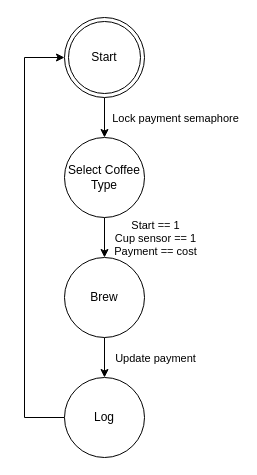
Earlier version of the draw.io diagram page "Coffee FSM" (3 of 3) of taskdiagram.drawio (Megalegomand/RB4-EMP-Final-Assigment). Source tidied: cells renumbered, new cells numbered last; positions are measured from the earlier drawing's top-left corner, leaving out a move shared by most shapes. Both pictures are drawn from the tidied source at 100%, with x=0, y=0 at pixel (24, 17).
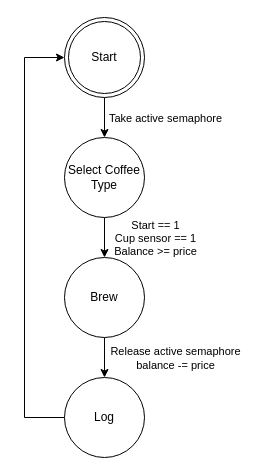
Above is the later version.

Diff of the diagram source:
```diff
@@
 <mxGraphModel>
   <root>
     <mxCell id="0" />
     <mxCell id="1" parent="0" />
     <mxCell id="2" style="edgeStyle=orthogonalEdgeStyle;rounded=0;jettySize=auto;html=1;startArrow=none;startFill=0;" parent="1" edge="1" source="4" target="6">
       <mxGeometry relative="1" as="geometry" />
     </mxCell>
-    <mxCell id="3" value="Lock payment semaphore" style="edgeLabel;html=1;align=center;verticalAlign=middle;" parent="2" vertex="1">
+    <mxCell id="3" value="Take active semaphore" style="edgeLabel;html=1;align=center;verticalAlign=middle;" parent="2" vertex="1">
       <mxGeometry x="0.25" y="1" relative="1" as="geometry">
-        <mxPoint x="69" y="-5" as="offset" />
+        <mxPoint x="59" y="-5" as="offset" />
       </mxGeometry>
     </mxCell>
     <mxCell id="4" value="Start" style="ellipse;shape=doubleEllipse;whiteSpace=wrap;html=1;align=center;" parent="1" vertex="1">
       <mxGeometry x="40" width="80" height="80" as="geometry" />
     </mxCell>
     <mxCell id="5" style="edgeStyle=orthogonalEdgeStyle;rounded=0;jettySize=auto;html=1;entryX=0.5;entryY=0;entryDx=0;entryDy=0;startArrow=none;startFill=0;" parent="1" edge="1" source="6" target="10">
       <mxGeometry relative="1" as="geometry" />
     </mxCell>
     <mxCell id="6" value="Select Coffee Type" style="ellipse;whiteSpace=wrap;html=1;align=center;" parent="1" vertex="1">
       <mxGeometry x="40" y="120" width="80" height="80" as="geometry" />
     </mxCell>
-    <mxCell id="7" value="Start == 1&lt;br&gt;Cup sensor == 1&lt;br&gt;Payment == cost" style="edgeLabel;html=1;align=center;verticalAlign=middle;" parent="1" vertex="1">
+    <mxCell id="7" value="Start == 1&lt;br&gt;Cup sensor == 1&lt;br&gt;Balance &amp;gt;= price" style="edgeLabel;html=1;align=center;verticalAlign=middle;" parent="1" vertex="1">
       <mxGeometry x="130" y="220" as="geometry" />
     </mxCell>
     <mxCell id="8" style="edgeStyle=orthogonalEdgeStyle;rounded=0;jettySize=auto;html=1;entryX=0.5;entryY=0;entryDx=0;entryDy=0;startArrow=none;startFill=0;" parent="1" edge="1" source="10" target="12">
       <mxGeometry relative="1" as="geometry" />
     </mxCell>
-    <mxCell id="9" value="Update payment" style="edgeLabel;html=1;align=center;verticalAlign=middle;" parent="8" vertex="1">
+    <mxCell id="9" value="Release active semaphore&lt;br&gt;balance -= price" style="edgeLabel;html=1;align=center;verticalAlign=middle;" parent="8" vertex="1">
       <mxGeometry x="-0.7" y="-2" relative="1" as="geometry">
-        <mxPoint x="52" y="14" as="offset" />
+        <mxPoint x="72" y="14" as="offset" />
       </mxGeometry>
     </mxCell>
     <mxCell id="10" value="Brew" style="ellipse;whiteSpace=wrap;html=1;align=center;" parent="1" vertex="1">
       <mxGeometry x="40" y="240" width="80" height="80" as="geometry" />
     </mxCell>
     <mxCell id="11" style="edgeStyle=orthogonalEdgeStyle;rounded=0;jettySize=auto;html=1;entryX=0;entryY=0.5;entryDx=0;entryDy=0;startArrow=none;startFill=0;" parent="1" edge="1" source="12" target="4">
       <mxGeometry relative="1" as="geometry">
         <Array as="points">
           <mxPoint y="400" />
           <mxPoint y="40" />
         </Array>
       </mxGeometry>
     </mxCell>
     <mxCell id="12" value="Log" style="ellipse;whiteSpace=wrap;html=1;align=center;" parent="1" vertex="1">
       <mxGeometry x="40" y="360" width="80" height="80" as="geometry" />
     </mxCell>
   </root>
 </mxGraphModel>
```
